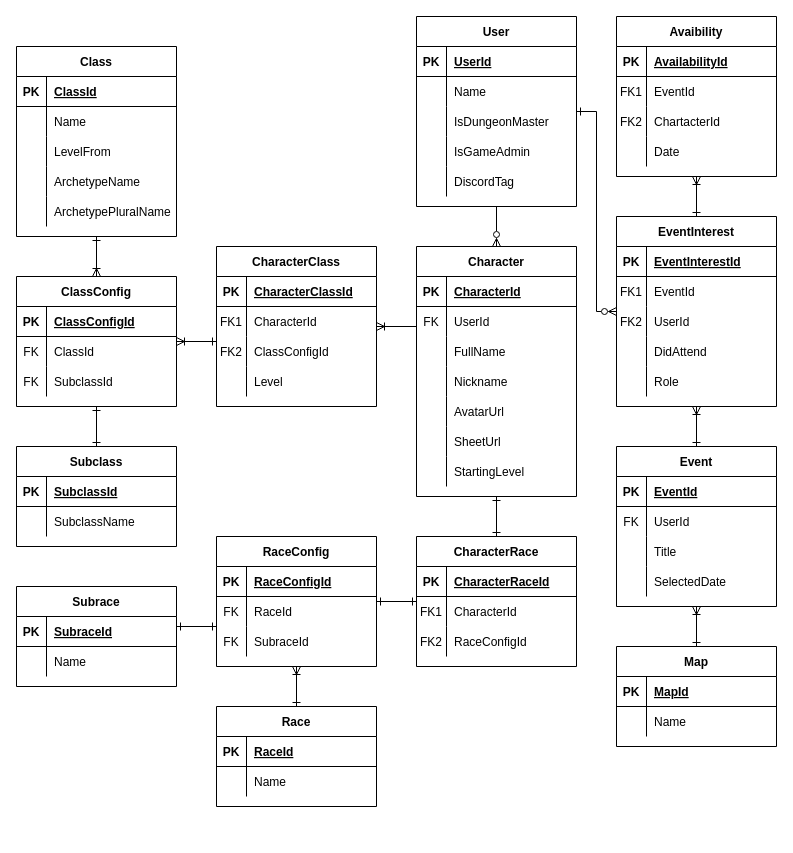
Before: Documentation/Entity Relationship Diagram.drawio in Jackclarke95/into-the-west, a draw.io diagram. Source tidied: cells renumbered, new cells numbered last; positions are measured from the earlier drawing's top-left corner, leaving out a move shared by most shapes. Both pictures are drawn from the tidied source at 100%, with x=0, y=0 at pixel (16, 16).
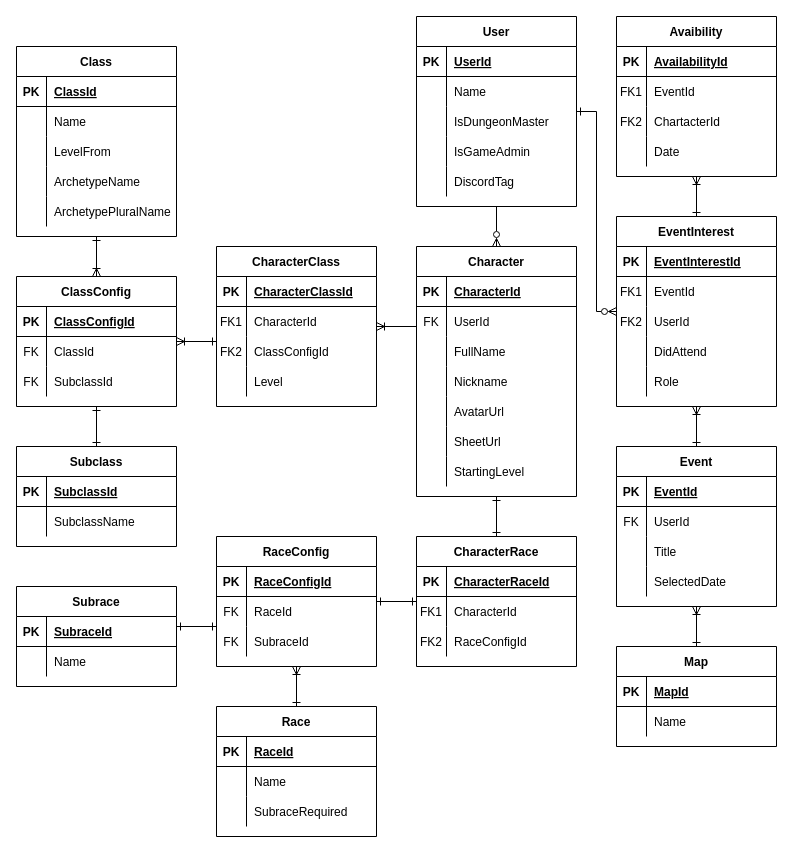
The same diagram, later.

What changed in the source:
```diff
@@
     <mxCell id="103" value="Race" style="shape=table;startSize=30;childLayout=tableLayout;rowLines=0;fontStyle=1;align=center;strokeColor=default;" parent="1" vertex="1">
-      <mxGeometry x="200" y="690" width="160" height="100" as="geometry" />
+      <mxGeometry x="200" y="690" width="160" height="130" as="geometry" />
     </mxCell>
@@
+    <mxCell id="183" style="shape=tableRow;horizontal=0;startSize=0;swimlaneHead=0;swimlaneBody=0;fillColor=none;top=0;left=0;right=0;bottom=0;" parent="103" vertex="1">
+      <mxGeometry y="90" width="160" height="30" as="geometry" />
+    </mxCell>
+    <mxCell id="184" style="shape=partialRectangle;fillColor=none;top=0;left=0;bottom=0;right=0;overflow=hidden;" parent="183" vertex="1">
+      <mxGeometry width="30" height="30" as="geometry" />
+    </mxCell>
+    <mxCell id="185" value="SubraceRequired" style="shape=partialRectangle;fillColor=none;top=0;left=0;bottom=0;right=0;align=left;spacingLeft=6;overflow=hidden;" parent="183" vertex="1">
+      <mxGeometry x="30" width="130" height="30" as="geometry" />
+    </mxCell>
```
